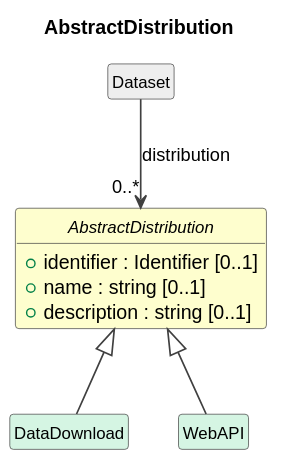
Earlier version of the PlantUML export cdif-uml-model/CDIFCore/Classes/AbstractDistribution.svg (Cross-Domain-Interoperability-Framework/metadataBuildingBlocks). Source of this version:
```plantuml
@startuml
title AbstractDistribution
hide circle
hide empty members
skinparam shadowing false
skinparam ArrowThickness 1.2
skinparam class {
  ArrowColor #404040
  BorderColor #404040
  FontSize 12
}

abstract class "AbstractDistribution" as AbstractDistribution #FEFECE {
  +identifier : Identifier [0..1]
  +name : string [0..1]
  +description : string [0..1]
}
class "DataDownload" as DataDownload #D5F5E3
AbstractDistribution <|-- DataDownload
class "WebAPI" as WebAPI #D5F5E3
AbstractDistribution <|-- WebAPI
class "Dataset" as Dataset #EEEEEE
Dataset --> "0..*" AbstractDistribution : distribution
@enduml
```
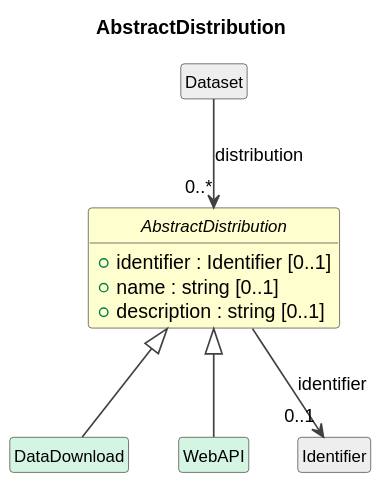
The same diagram one commit later.

What changed in the source:
```diff
@@ -21,4 +21,6 @@
 AbstractDistribution <|-- WebAPI
 class "Dataset" as Dataset #EEEEEE
 Dataset --> "0..*" AbstractDistribution : distribution
+class "Identifier" as Identifier #EEEEEE
+AbstractDistribution --> "0..1" Identifier : identifier
 @enduml
```
